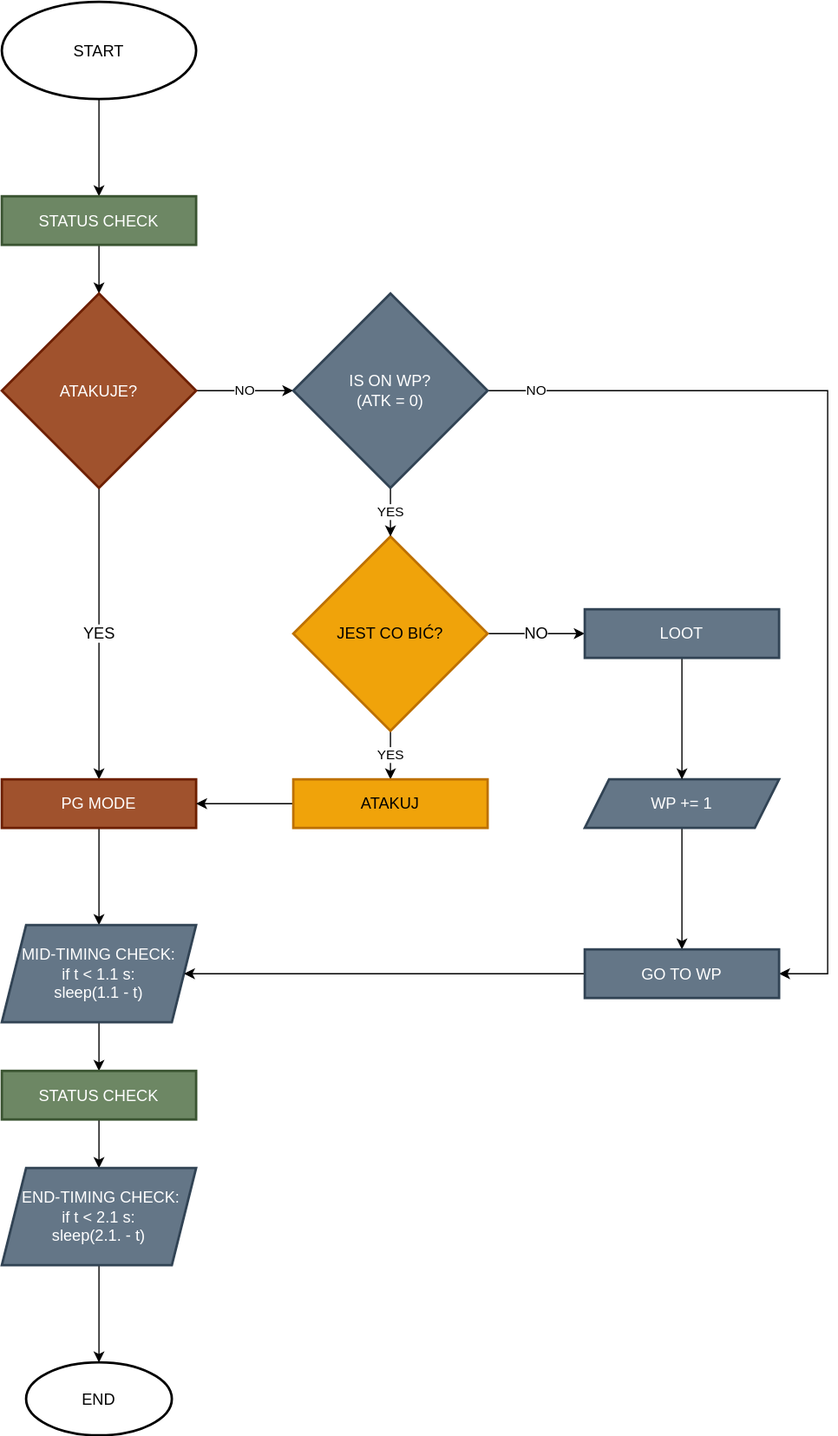
Before: src/img/flowchart_logika_andrzeja_pg.svg, a diagram exported from draw.io (lbaisinger/Andrzej-d2r). Source tidied: cells renumbered, new cells last; positions are measured from the earlier drawing's top-left corner, leaving out a move shared by most shapes.
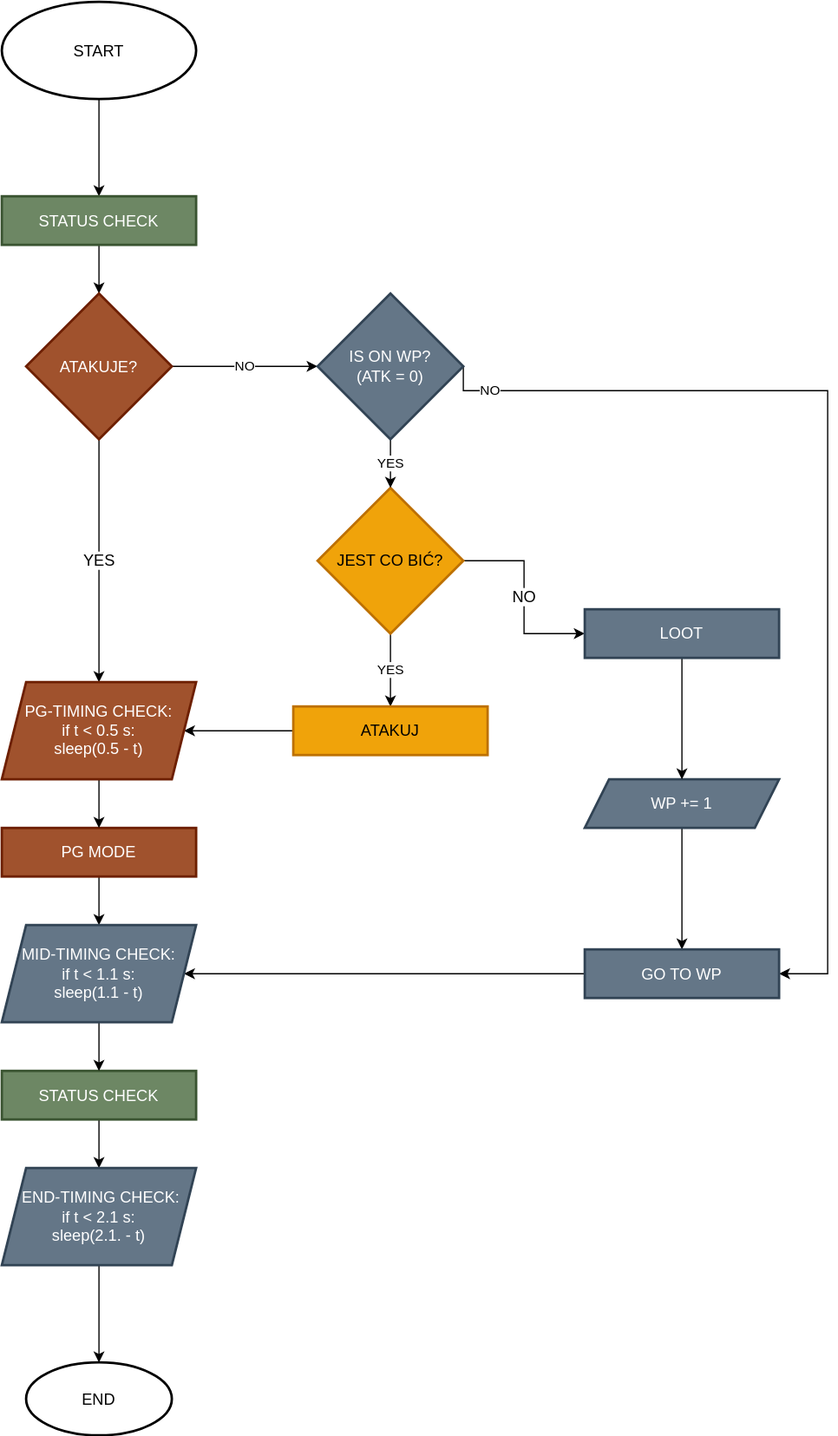
Later version of the same file.

Diff of the diagram source:
```diff
@@ -14,20 +14,20 @@
     <mxCell id="5" value="STATUS CHECK" style="whiteSpace=wrap;html=1;strokeWidth=2;fillColor=#6d8764;strokeColor=#3A5431;fontColor=#ffffff;fontSize=13;" parent="1" vertex="1">
       <mxGeometry y="160" width="160" height="40" as="geometry" />
     </mxCell>
-    <mxCell id="6" value="YES" style="edgeStyle=orthogonalEdgeStyle;rounded=0;jettySize=auto;html=1;fontSize=13;entryX=0.5;entryY=0;entryDx=0;entryDy=0;" parent="1" edge="1" source="8" target="10">
+    <mxCell id="6" value="YES" style="edgeStyle=orthogonalEdgeStyle;rounded=0;jettySize=auto;html=1;fontSize=13;entryX=0.5;entryY=0;entryDx=0;entryDy=0;" parent="1" edge="1" source="8" target="17">
       <mxGeometry relative="1" as="geometry" />
     </mxCell>
     <mxCell id="7" value="NO" style="edgeStyle=orthogonalEdgeStyle;rounded=0;jettySize=auto;html=1;exitX=1;exitY=0.5;exitDx=0;exitDy=0;entryX=0;entryY=0.5;entryDx=0;entryDy=0;" parent="1" edge="1" source="8" target="25">
       <mxGeometry relative="1" as="geometry" />
     </mxCell>
     <mxCell id="8" value="ATAKUJE?" style="rhombus;whiteSpace=wrap;html=1;fillColor=#a0522d;strokeColor=#6D1F00;fontColor=#ffffff;strokeWidth=2;fontSize=13;" parent="1" vertex="1">
-      <mxGeometry y="240" width="160" height="160" as="geometry" />
+      <mxGeometry x="20" y="240" width="120" height="120" as="geometry" />
     </mxCell>
-    <mxCell id="9" style="edgeStyle=orthogonalEdgeStyle;rounded=0;jettySize=auto;html=1;fontSize=13;" parent="1" edge="1" source="10" target="17">
-      <mxGeometry relative="1" as="geometry" />
-    </mxCell>
+    <mxCell id="32" style="edgeStyle=orthogonalEdgeStyle;rounded=0;jettySize=auto;html=1;exitX=0.5;exitY=1;exitDx=0;exitDy=0;entryX=0.5;entryY=0;entryDx=0;entryDy=0;" parent="1" edge="1" source="10" target="37">
+      <mxGeometry relative="1" as="geometry" />
+    </mxCell>
     <mxCell id="10" value="PG MODE" style="whiteSpace=wrap;html=1;fillColor=#a0522d;strokeColor=#6D1F00;fontColor=#ffffff;strokeWidth=2;fontSize=13;" parent="1" vertex="1">
-      <mxGeometry y="640" width="160" height="40" as="geometry" />
+      <mxGeometry y="680" width="160" height="40" as="geometry" />
     </mxCell>
     <mxCell id="11" value="NO" style="edgeStyle=orthogonalEdgeStyle;rounded=0;jettySize=auto;html=1;fontSize=13;entryX=0;entryY=0.5;entryDx=0;entryDy=0;" parent="1" edge="1" source="13" target="31">
       <mxGeometry relative="1" as="geometry" />
@@ -36,19 +36,19 @@
       <mxGeometry relative="1" as="geometry" />
     </mxCell>
     <mxCell id="13" value="JEST CO BIĆ?" style="rhombus;whiteSpace=wrap;html=1;fillColor=#f0a30a;strokeColor=#BD7000;fontColor=#000000;strokeWidth=2;fontSize=13;" parent="1" vertex="1">
-      <mxGeometry x="240" y="440" width="160" height="160" as="geometry" />
+      <mxGeometry x="260" y="400" width="120" height="120" as="geometry" />
     </mxCell>
-    <mxCell id="14" style="edgeStyle=orthogonalEdgeStyle;rounded=0;jettySize=auto;html=1;exitX=0;exitY=0.5;exitDx=0;exitDy=0;fontSize=13;entryX=1;entryY=0.5;entryDx=0;entryDy=0;" parent="1" edge="1" source="15" target="10">
-      <mxGeometry relative="1" as="geometry" />
-    </mxCell>
+    <mxCell id="33" style="edgeStyle=orthogonalEdgeStyle;rounded=0;jettySize=auto;html=1;exitX=0;exitY=0.5;exitDx=0;exitDy=0;entryX=1;entryY=0.5;entryDx=0;entryDy=0;" parent="1" edge="1" source="15" target="17">
+      <mxGeometry relative="1" as="geometry" />
+    </mxCell>
     <mxCell id="15" value="ATAKUJ" style="whiteSpace=wrap;html=1;fillColor=#f0a30a;strokeColor=#BD7000;fontColor=#000000;strokeWidth=2;fontSize=13;" parent="1" vertex="1">
-      <mxGeometry x="240" y="640" width="160" height="40" as="geometry" />
+      <mxGeometry x="240" y="580" width="160" height="40" as="geometry" />
     </mxCell>
-    <mxCell id="16" style="edgeStyle=orthogonalEdgeStyle;rounded=0;jettySize=auto;html=1;fontSize=13;" parent="1" edge="1" source="17" target="19">
-      <mxGeometry relative="1" as="geometry" />
-    </mxCell>
+    <mxCell id="34" style="edgeStyle=orthogonalEdgeStyle;rounded=0;jettySize=auto;html=1;exitX=0.5;exitY=1;exitDx=0;exitDy=0;entryX=0.5;entryY=0;entryDx=0;entryDy=0;" parent="1" edge="1" source="17" target="10">
+      <mxGeometry relative="1" as="geometry" />
+    </mxCell>
-    <mxCell id="17" value="MID-TIMING CHECK:&lt;br style=&quot;font-size: 13px;&quot;&gt;if t &amp;lt; 1.1 s:&lt;br style=&quot;font-size: 13px;&quot;&gt;sleep(1.1 - t)" style="shape=parallelogram;perimeter=parallelogramPerimeter;whiteSpace=wrap;html=1;fixedSize=1;fillColor=#647687;strokeColor=#314354;fontColor=#ffffff;strokeWidth=2;fontSize=13;" parent="1" vertex="1">
-      <mxGeometry y="760" width="160" height="80" as="geometry" />
+    <mxCell id="17" value="PG-TIMING CHECK:&lt;br style=&quot;font-size: 13px;&quot;&gt;if t &amp;lt; 0.5 s:&lt;br style=&quot;font-size: 13px;&quot;&gt;sleep(0.5 - t)" style="shape=parallelogram;perimeter=parallelogramPerimeter;whiteSpace=wrap;html=1;fixedSize=1;fillColor=#a0522d;strokeColor=#6D1F00;fontColor=#ffffff;strokeWidth=2;fontSize=13;" parent="1" vertex="1">
+      <mxGeometry y="560" width="160" height="80" as="geometry" />
     </mxCell>
     <mxCell id="18" style="edgeStyle=orthogonalEdgeStyle;rounded=0;jettySize=auto;html=1;fontSize=13;" parent="1" edge="1" source="19" target="21">
       <mxGeometry relative="1" as="geometry" />
@@ -77,7 +77,7 @@
       </mxGeometry>
     </mxCell>
     <mxCell id="25" value="IS ON WP?&lt;br style=&quot;font-size: 13px;&quot;&gt;(ATK = 0)" style="rhombus;whiteSpace=wrap;html=1;fillColor=#647687;strokeColor=#314354;fontColor=#ffffff;strokeWidth=2;fontSize=13;" parent="1" vertex="1">
-      <mxGeometry x="240" y="240" width="160" height="160" as="geometry" />
+      <mxGeometry x="260" y="240" width="120" height="120" as="geometry" />
     </mxCell>
     <mxCell id="26" style="edgeStyle=orthogonalEdgeStyle;rounded=0;jettySize=auto;html=1;exitX=0.5;exitY=1;exitDx=0;exitDy=0;entryX=0.5;entryY=0;entryDx=0;entryDy=0;fontSize=13;" parent="1" edge="1" source="27" target="29">
       <mxGeometry relative="1" as="geometry" />
@@ -85,9 +85,9 @@
     <mxCell id="27" value="WP += 1" style="shape=parallelogram;perimeter=parallelogramPerimeter;whiteSpace=wrap;html=1;fixedSize=1;fillColor=#647687;strokeColor=#314354;fontColor=#ffffff;strokeWidth=2;fontSize=13;" parent="1" vertex="1">
       <mxGeometry x="480" y="640" width="160" height="40" as="geometry" />
     </mxCell>
-    <mxCell id="28" style="edgeStyle=orthogonalEdgeStyle;rounded=0;jettySize=auto;html=1;exitX=0;exitY=0.5;exitDx=0;exitDy=0;entryX=1;entryY=0.5;entryDx=0;entryDy=0;fontSize=13;" parent="1" edge="1" source="29" target="17">
-      <mxGeometry relative="1" as="geometry" />
-    </mxCell>
+    <mxCell id="35" style="edgeStyle=orthogonalEdgeStyle;rounded=0;jettySize=auto;html=1;exitX=0;exitY=0.5;exitDx=0;exitDy=0;entryX=1;entryY=0.5;entryDx=0;entryDy=0;" parent="1" edge="1" source="29" target="37">
+      <mxGeometry relative="1" as="geometry" />
+    </mxCell>
     <mxCell id="29" value="GO TO WP" style="whiteSpace=wrap;html=1;fillColor=#647687;strokeColor=#314354;fontColor=#ffffff;strokeWidth=2;fontSize=13;" parent="1" vertex="1">
       <mxGeometry x="480" y="780" width="160" height="40" as="geometry" />
     </mxCell>
@@ -97,5 +97,11 @@
     <mxCell id="31" value="LOOT" style="whiteSpace=wrap;html=1;fillColor=#647687;strokeColor=#314354;fontColor=#ffffff;strokeWidth=2;fontSize=13;" parent="1" vertex="1">
       <mxGeometry x="480" y="500" width="160" height="40" as="geometry" />
     </mxCell>
+    <mxCell id="36" style="edgeStyle=orthogonalEdgeStyle;rounded=0;jettySize=auto;html=1;exitX=0.5;exitY=1;exitDx=0;exitDy=0;entryX=0.5;entryY=0;entryDx=0;entryDy=0;" parent="1" edge="1" source="37" target="19">
+      <mxGeometry relative="1" as="geometry" />
+    </mxCell>
+    <mxCell id="37" value="MID-TIMING CHECK:&lt;br style=&quot;font-size: 13px;&quot;&gt;if t &amp;lt; 1.1 s:&lt;br style=&quot;font-size: 13px;&quot;&gt;sleep(1.1 - t)" style="shape=parallelogram;perimeter=parallelogramPerimeter;whiteSpace=wrap;html=1;fixedSize=1;fillColor=#647687;strokeColor=#314354;fontColor=#ffffff;strokeWidth=2;fontSize=13;" parent="1" vertex="1">
+      <mxGeometry y="760" width="160" height="80" as="geometry" />
+    </mxCell>
   </root>
 </mxGraphModel>
```
